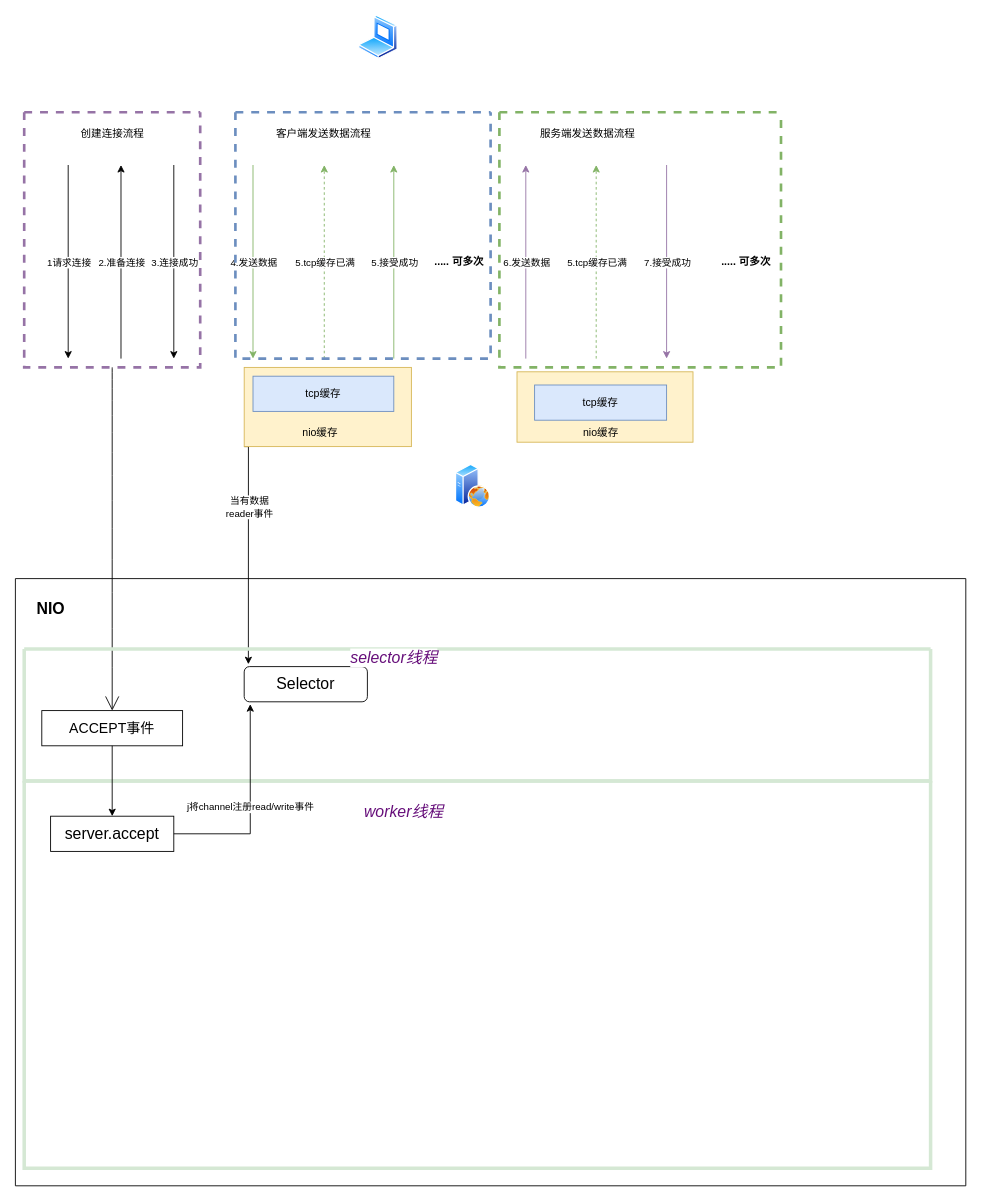
This is 流程图/NIO网络模型.drawio from xiaoa1/liuchengtu, a draw.io file, before an edit. Source tidied: cells renumbered, new cells numbered last; positions are measured from the earlier drawing's top-left corner, leaving out a move shared by most shapes. Both pictures are drawn from the tidied source at 88%, with x=0, y=0 at pixel (15, 15).
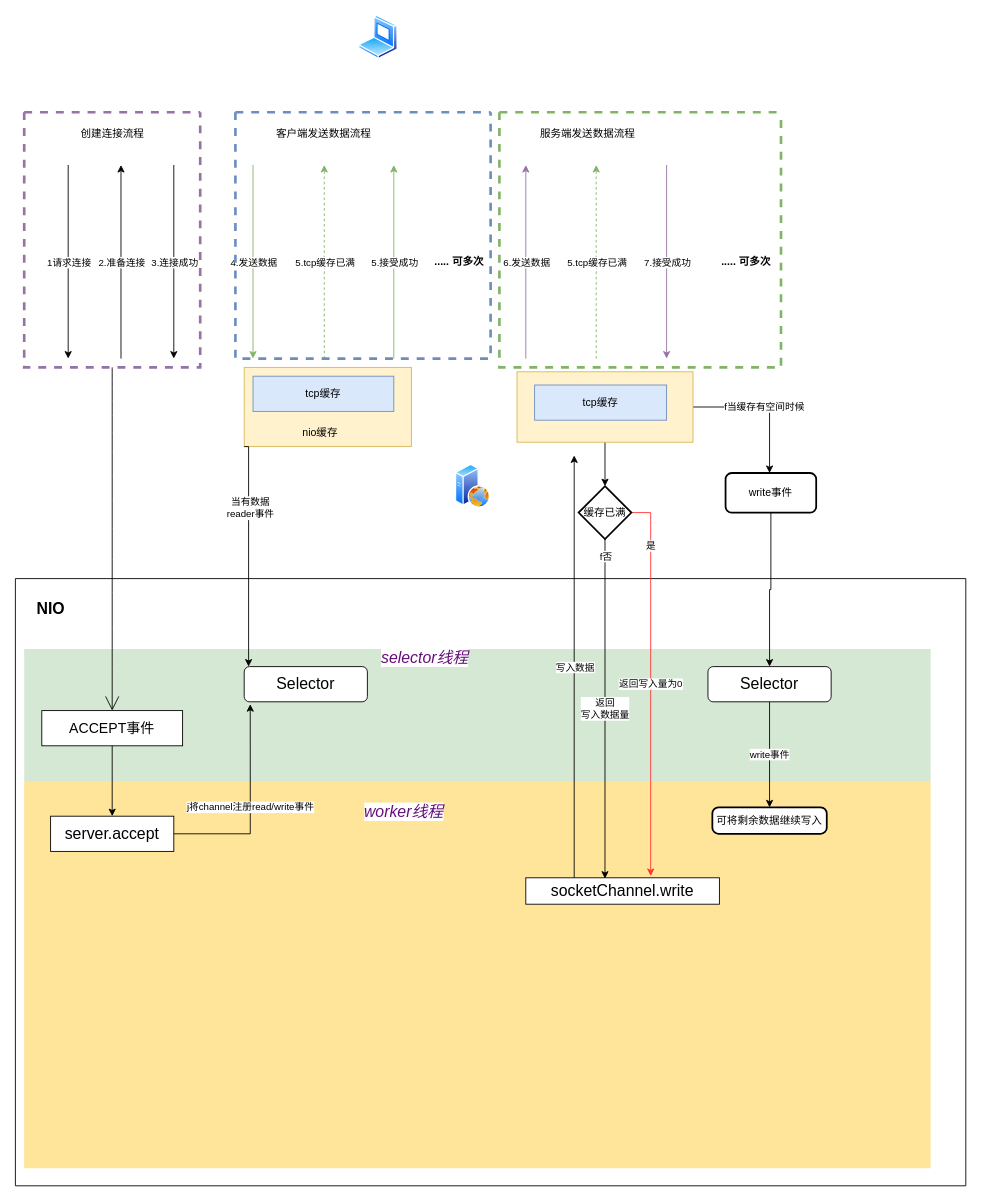
The same diagram, later.

Commit message:
更新NIO网络模型.drawio

The change refers to these unchanged cells:
```xml
<mxCell id="22" style="rounded=0;whiteSpace=wrap;html=1;fillColor=#fff2cc;strokeColor=#d6b656;" parent="1" vertex="1">
  <mxGeometry x="260" y="400" width="190" height="90" as="geometry" />
</mxCell>
<mxCell id="27" style="rounded=0;whiteSpace=wrap;html=1;fillColor=#fff2cc;strokeColor=#d6b656;" parent="1" vertex="1">
  <mxGeometry x="570" y="405" width="200" height="80" as="geometry" />
</mxCell>
<mxCell id="33" style="swimlane;startSize=0;fillStyle=auto;strokeWidth=3;rounded=0;dashed=1;fillColor=#e1d5e7;strokeColor=#9673a6;" parent="1" vertex="1">
  <mxGeometry x="10" y="110" width="200" height="290" as="geometry" />
</mxCell>
<mxCell id="39" style="swimlane;startSize=0;" parent="1" vertex="1">
  <mxGeometry y="640" width="1080" height="690" as="geometry" />
</mxCell>
<mxCell id="42" value="ACCEPT事件" style="rounded=0;whiteSpace=wrap;html=1;fontSize=16;" parent="41" vertex="1">
  <mxGeometry x="20" y="70" width="160" height="40" as="geometry" />
</mxCell>
<mxCell id="43" value="&lt;pre style=&quot;background-color: rgb(255, 255, 255); font-family: 宋体; font-size: 13.5pt;&quot;&gt;Selector&lt;/pre&gt;" style="rounded=1;whiteSpace=wrap;html=1;" parent="41" vertex="1">
  <mxGeometry x="250" y="20" width="140" height="40" as="geometry" />
</mxCell>
```

The edit, as a diff of the source:
```diff
@@
-    <mxCell id="20" style="edgeStyle=orthogonalEdgeStyle;rounded=0;jettySize=auto;html=1;exitX=0;exitY=1;exitDx=0;exitDy=0;entryX=0.034;entryY=-0.067;entryDx=0;entryDy=0;entryPerimeter=0;" parent="1" edge="1" source="22" target="43">
-      <mxGeometry relative="1" as="geometry">
-        <Array as="points">
-          <mxPoint x="265" y="490" />
-        </Array>
-      </mxGeometry>
-    </mxCell>
-    <mxCell id="21" value="当有数据&lt;br&gt;reader事件" style="edgeLabel;html=1;align=center;verticalAlign=middle;" parent="20" vertex="1">
-      <mxGeometry x="-0.43" y="1" relative="1" as="geometry">
-        <mxPoint y="1" as="offset" />
-      </mxGeometry>
-    </mxCell>
@@
+    <mxCell id="50" style="edgeStyle=orthogonalEdgeStyle;rounded=0;jettySize=auto;html=1;exitX=0.5;exitY=1;exitDx=0;exitDy=0;entryX=0.5;entryY=0;entryDx=0;entryDy=0;entryPerimeter=0;" parent="1" edge="1" source="27" target="61">
+      <mxGeometry relative="1" as="geometry" />
+    </mxCell>
+    <mxCell id="51" value="f当缓存有空间时候" style="edgeStyle=orthogonalEdgeStyle;rounded=0;jettySize=auto;html=1;exitX=1;exitY=0.5;exitDx=0;exitDy=0;strokeColor=#000000;" parent="1" edge="1" source="27">
+      <mxGeometry relative="1" as="geometry">
+        <mxPoint x="857" y="520" as="targetPoint" />
+        <Array as="points">
+          <mxPoint x="857" y="445" />
+        </Array>
+      </mxGeometry>
+    </mxCell>
@@
-    <mxCell id="29" value="nio缓存" style="text;html=1;align=center;verticalAlign=middle;strokeColor=none;fillColor=none;" parent="1" vertex="1">
-      <mxGeometry x="635" y="460" width="60" height="30" as="geometry" />
-    </mxCell>
@@
-    <mxCell id="32" style="edgeStyle=none;curved=1;rounded=0;jettySize=auto;html=1;exitX=0.5;exitY=1;exitDx=0;exitDy=0;fontSize=12;endArrow=open;startSize=14;endSize=14;sourcePerimeterSpacing=8;targetPerimeterSpacing=8;entryX=0.5;entryY=0;entryDx=0;entryDy=0;" parent="1" edge="1" source="33" target="42">
-      <mxGeometry relative="1" as="geometry" />
-    </mxCell>
@@
-    <mxCell id="41" style="swimlane;startSize=0;strokeColor=#D5E8D4;strokeWidth=4;fillColor=none;" parent="39" vertex="1">
+    <mxCell id="41" style="swimlane;startSize=0;strokeWidth=4;fillStyle=solid;swimlaneFillColor=#D5E8D4;strokeColor=none;" parent="39" vertex="1">
       <mxGeometry x="10" y="80" width="1030" height="150" as="geometry" />
     </mxCell>
@@
+    <mxCell id="49" value="&lt;pre style=&quot;background-color: rgb(255, 255, 255); font-family: 宋体; font-size: 13.5pt;&quot;&gt;&lt;span style=&quot;color:#660e7a;font-style:italic;&quot;&gt;selector线程&lt;/span&gt;&lt;/pre&gt;" style="text;html=1;align=center;verticalAlign=middle;strokeColor=none;fillColor=none;" parent="41" vertex="1">
+      <mxGeometry x="390" y="-25" width="130" height="70" as="geometry" />
+    </mxCell>
+    <mxCell id="52" value="&lt;pre style=&quot;background-color: rgb(255, 255, 255); font-family: 宋体; font-size: 13.5pt;&quot;&gt;Selector&lt;/pre&gt;" style="rounded=1;whiteSpace=wrap;html=1;" parent="41" vertex="1">
+      <mxGeometry x="777" y="20" width="140" height="40" as="geometry" />
+    </mxCell>
-    <mxCell id="44" style="swimlane;startSize=0;strokeColor=#D5E8D4;strokeWidth=4;fillColor=none;" parent="39" vertex="1">
+    <mxCell id="44" style="swimlane;startSize=0;strokeColor=none;strokeWidth=4;fillColor=#FFE599;fillStyle=solid;swimlaneFillColor=#FFE599;" parent="39" vertex="1">
       <mxGeometry x="10" y="230" width="1030" height="440" as="geometry" />
     </mxCell>
@@
+    <mxCell id="53" value="&lt;pre style=&quot;background-color: rgb(255, 255, 255); font-family: 宋体; font-size: 13.5pt;&quot;&gt;socketChannel.write&lt;/pre&gt;" style="rounded=0;whiteSpace=wrap;html=1;" parent="44" vertex="1">
+      <mxGeometry x="570" y="110" width="220" height="30" as="geometry" />
+    </mxCell>
+    <mxCell id="54" value="可将剩余数据继续写入" style="rounded=1;whiteSpace=wrap;html=1;absoluteArcSize=1;arcSize=14;strokeWidth=2;" parent="44" vertex="1">
+      <mxGeometry x="782" y="30" width="130" height="30" as="geometry" />
+    </mxCell>
@@
-    <mxCell id="49" value="&lt;pre style=&quot;background-color: rgb(255, 255, 255); font-family: 宋体; font-size: 13.5pt;&quot;&gt;&lt;span style=&quot;color:#660e7a;font-style:italic;&quot;&gt;selector线程&lt;/span&gt;&lt;/pre&gt;" style="text;html=1;align=center;verticalAlign=middle;strokeColor=none;fillColor=none;" parent="1" vertex="1">
-      <mxGeometry x="365" y="695" width="130" height="70" as="geometry" />
-    </mxCell>
+    <mxCell id="55" value="write事件" style="edgeStyle=orthogonalEdgeStyle;rounded=0;jettySize=auto;html=1;exitX=0.5;exitY=1;exitDx=0;exitDy=0;entryX=0.5;entryY=0;entryDx=0;entryDy=0;strokeColor=#000000;" parent="39" edge="1" source="52" target="54">
+      <mxGeometry relative="1" as="geometry" />
+    </mxCell>
+    <mxCell id="20" style="edgeStyle=orthogonalEdgeStyle;rounded=0;jettySize=auto;html=1;exitX=0;exitY=1;exitDx=0;exitDy=0;" parent="1" edge="1" source="22" target="43">
+      <mxGeometry relative="1" as="geometry">
+        <Array as="points">
+          <mxPoint x="265" y="490" />
+        </Array>
+      </mxGeometry>
+    </mxCell>
+    <mxCell id="21" value="当有数据&lt;br&gt;reader事件" style="edgeLabel;html=1;align=center;verticalAlign=middle;" parent="20" vertex="1">
+      <mxGeometry x="-0.43" y="1" relative="1" as="geometry">
+        <mxPoint y="1" as="offset" />
+      </mxGeometry>
+    </mxCell>
+    <mxCell id="32" style="edgeStyle=none;curved=1;rounded=0;jettySize=auto;html=1;exitX=0.5;exitY=1;exitDx=0;exitDy=0;fontSize=12;endArrow=open;startSize=14;endSize=14;sourcePerimeterSpacing=8;targetPerimeterSpacing=8;entryX=0.5;entryY=0;entryDx=0;entryDy=0;" parent="1" edge="1" source="33" target="42">
+      <mxGeometry relative="1" as="geometry" />
+    </mxCell>
+    <mxCell id="56" value="写入数据" style="edgeStyle=orthogonalEdgeStyle;rounded=0;jettySize=auto;html=1;exitX=0.25;exitY=0;exitDx=0;exitDy=0;" parent="1" edge="1" source="53">
+      <mxGeometry relative="1" as="geometry">
+        <mxPoint x="635" y="500" as="targetPoint" />
+      </mxGeometry>
+    </mxCell>
+    <mxCell id="57" value="返回&lt;br&gt;写入数据量" style="edgeStyle=orthogonalEdgeStyle;rounded=0;jettySize=auto;html=1;exitX=0.5;exitY=1;exitDx=0;exitDy=0;exitPerimeter=0;entryX=0.409;entryY=0.033;entryDx=0;entryDy=0;entryPerimeter=0;" parent="1" edge="1" source="61" target="53">
+      <mxGeometry relative="1" as="geometry">
+        <Array as="points">
+          <mxPoint x="670" y="780" />
+          <mxPoint x="670" y="780" />
+        </Array>
+      </mxGeometry>
+    </mxCell>
+    <mxCell id="58" value="f否" style="edgeLabel;html=1;align=center;verticalAlign=middle;" parent="57" vertex="1">
+      <mxGeometry x="-0.9" relative="1" as="geometry" />
+    </mxCell>
+    <mxCell id="59" value="返回写入量为0" style="edgeStyle=orthogonalEdgeStyle;rounded=0;jettySize=auto;html=1;exitX=1;exitY=0.5;exitDx=0;exitDy=0;exitPerimeter=0;entryX=0.645;entryY=-0.067;entryDx=0;entryDy=0;entryPerimeter=0;strokeColor=#FF3333;" parent="1" edge="1" source="61" target="53">
+      <mxGeometry relative="1" as="geometry" />
+    </mxCell>
+    <mxCell id="60" value="是" style="edgeLabel;html=1;align=center;verticalAlign=middle;" parent="59" vertex="1">
+      <mxGeometry x="-0.73" relative="1" as="geometry" />
+    </mxCell>
+    <mxCell id="61" value="缓存已满" style="strokeWidth=2;html=1;shape=mxgraph.flowchart.decision;whiteSpace=wrap;" parent="1" vertex="1">
+      <mxGeometry x="640" y="535" width="60" height="60" as="geometry" />
+    </mxCell>
+    <mxCell id="62" style="edgeStyle=orthogonalEdgeStyle;rounded=0;jettySize=auto;html=1;exitX=0.5;exitY=1;exitDx=0;exitDy=0;entryX=0.5;entryY=0;entryDx=0;entryDy=0;strokeColor=#000000;" parent="1" edge="1" source="63" target="52">
+      <mxGeometry relative="1" as="geometry" />
+    </mxCell>
+    <mxCell id="63" value="write事件" style="rounded=1;whiteSpace=wrap;html=1;absoluteArcSize=1;arcSize=14;strokeWidth=2;" parent="1" vertex="1">
+      <mxGeometry x="807" y="520" width="103" height="45" as="geometry" />
+    </mxCell>
```
